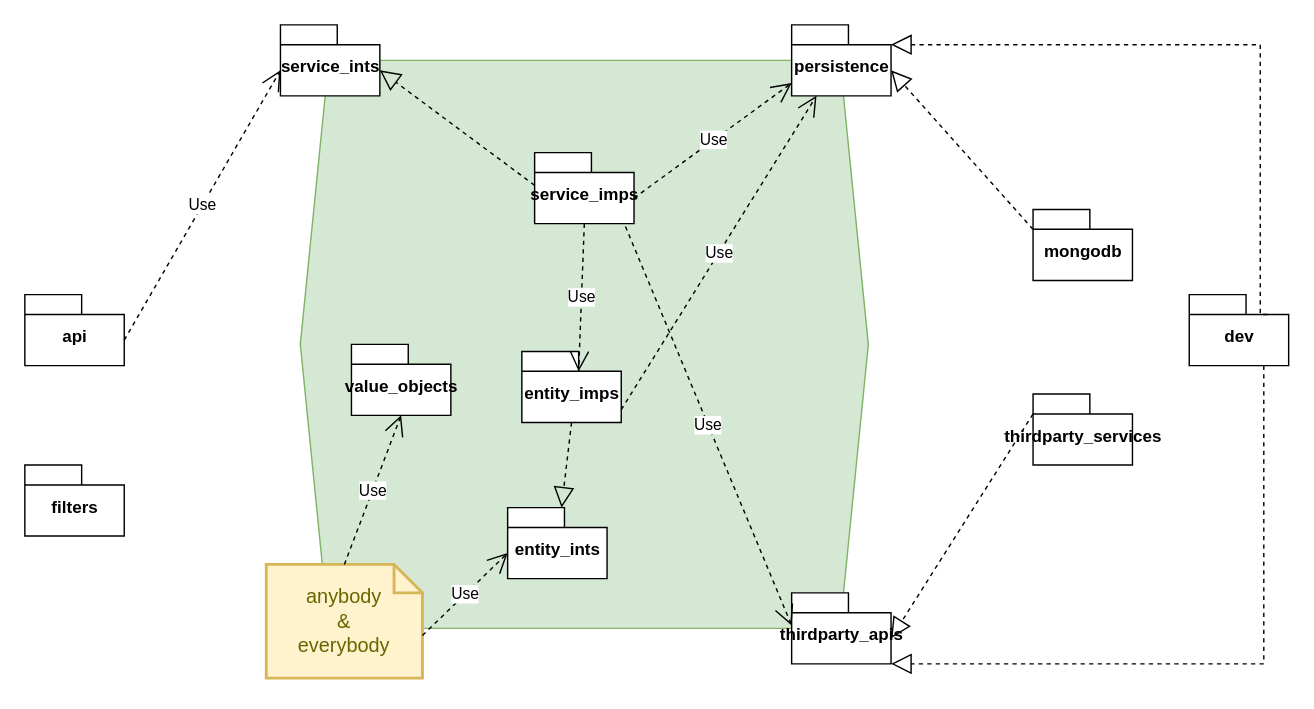
Squoss/Fixadat keeps this draw.io diagram as beapi/PackagesArchitecture.drawio. Above is the earlier version. Source tidied: cells renumbered, new cells numbered last; positions are measured from the earlier drawing's top-left corner, leaving out a move shared by most shapes. Both pictures are drawn from the tidied source at 142%, with x=0, y=0 at pixel (24, 24).
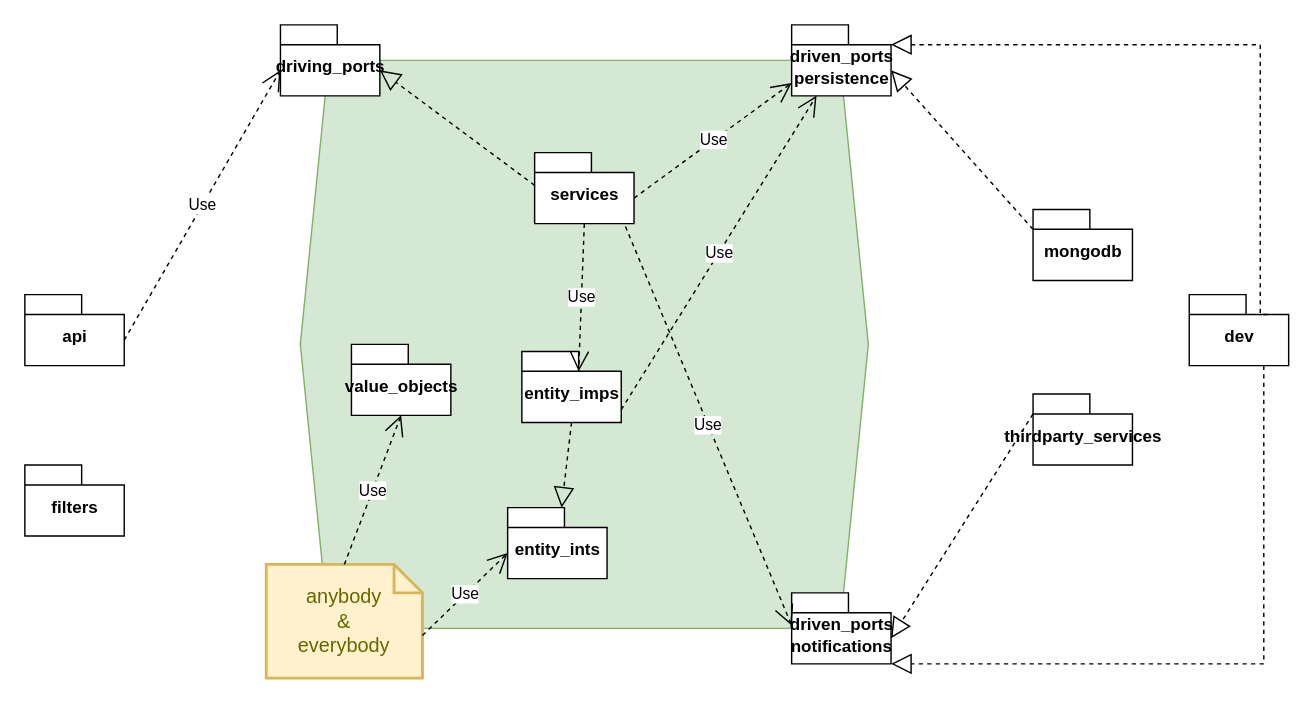
Above is the later version.

Change to the diagram source:
```diff
@@
-    <mxCell id="4" value="service_ints" style="shape=folder;fontStyle=1;spacingTop=10;tabWidth=40;tabHeight=14;tabPosition=left;html=1;" parent="1" vertex="1">
+    <mxCell id="4" value="driving_ports" style="shape=folder;fontStyle=1;spacingTop=10;tabWidth=40;tabHeight=14;tabPosition=left;html=1;" parent="1" vertex="1">
       <mxGeometry x="180" width="70" height="50" as="geometry" />
     </mxCell>
@@
-    <mxCell id="6" value="service_imps" style="shape=folder;fontStyle=1;spacingTop=10;tabWidth=40;tabHeight=14;tabPosition=left;html=1;" parent="1" vertex="1">
+    <mxCell id="6" value="services" style="shape=folder;fontStyle=1;spacingTop=10;tabWidth=40;tabHeight=14;tabPosition=left;html=1;" parent="1" vertex="1">
       <mxGeometry x="359" y="90" width="70" height="50" as="geometry" />
     </mxCell>
@@
-    <mxCell id="10" value="persistence" style="shape=folder;fontStyle=1;spacingTop=10;tabWidth=40;tabHeight=14;tabPosition=left;html=1;" parent="1" vertex="1">
+    <mxCell id="10" value="&lt;div&gt;driven_ports&lt;/div&gt;&lt;div&gt;persistence&lt;/div&gt;" style="shape=folder;fontStyle=1;spacingTop=10;tabWidth=40;tabHeight=14;tabPosition=left;html=1;" parent="1" vertex="1">
       <mxGeometry x="540" width="70" height="50" as="geometry" />
     </mxCell>
@@
-    <mxCell id="15" value="&lt;div&gt;thirdparty_apis&lt;/div&gt;" style="shape=folder;fontStyle=1;spacingTop=10;tabWidth=40;tabHeight=14;tabPosition=left;html=1;" parent="1" vertex="1">
+    <mxCell id="15" value="&lt;div&gt;driven_ports&lt;/div&gt;&lt;div&gt;notifications&lt;/div&gt;" style="shape=folder;fontStyle=1;spacingTop=10;tabWidth=40;tabHeight=14;tabPosition=left;html=1;" parent="1" vertex="1">
       <mxGeometry x="540" y="400" width="70" height="50" as="geometry" />
     </mxCell>
```
